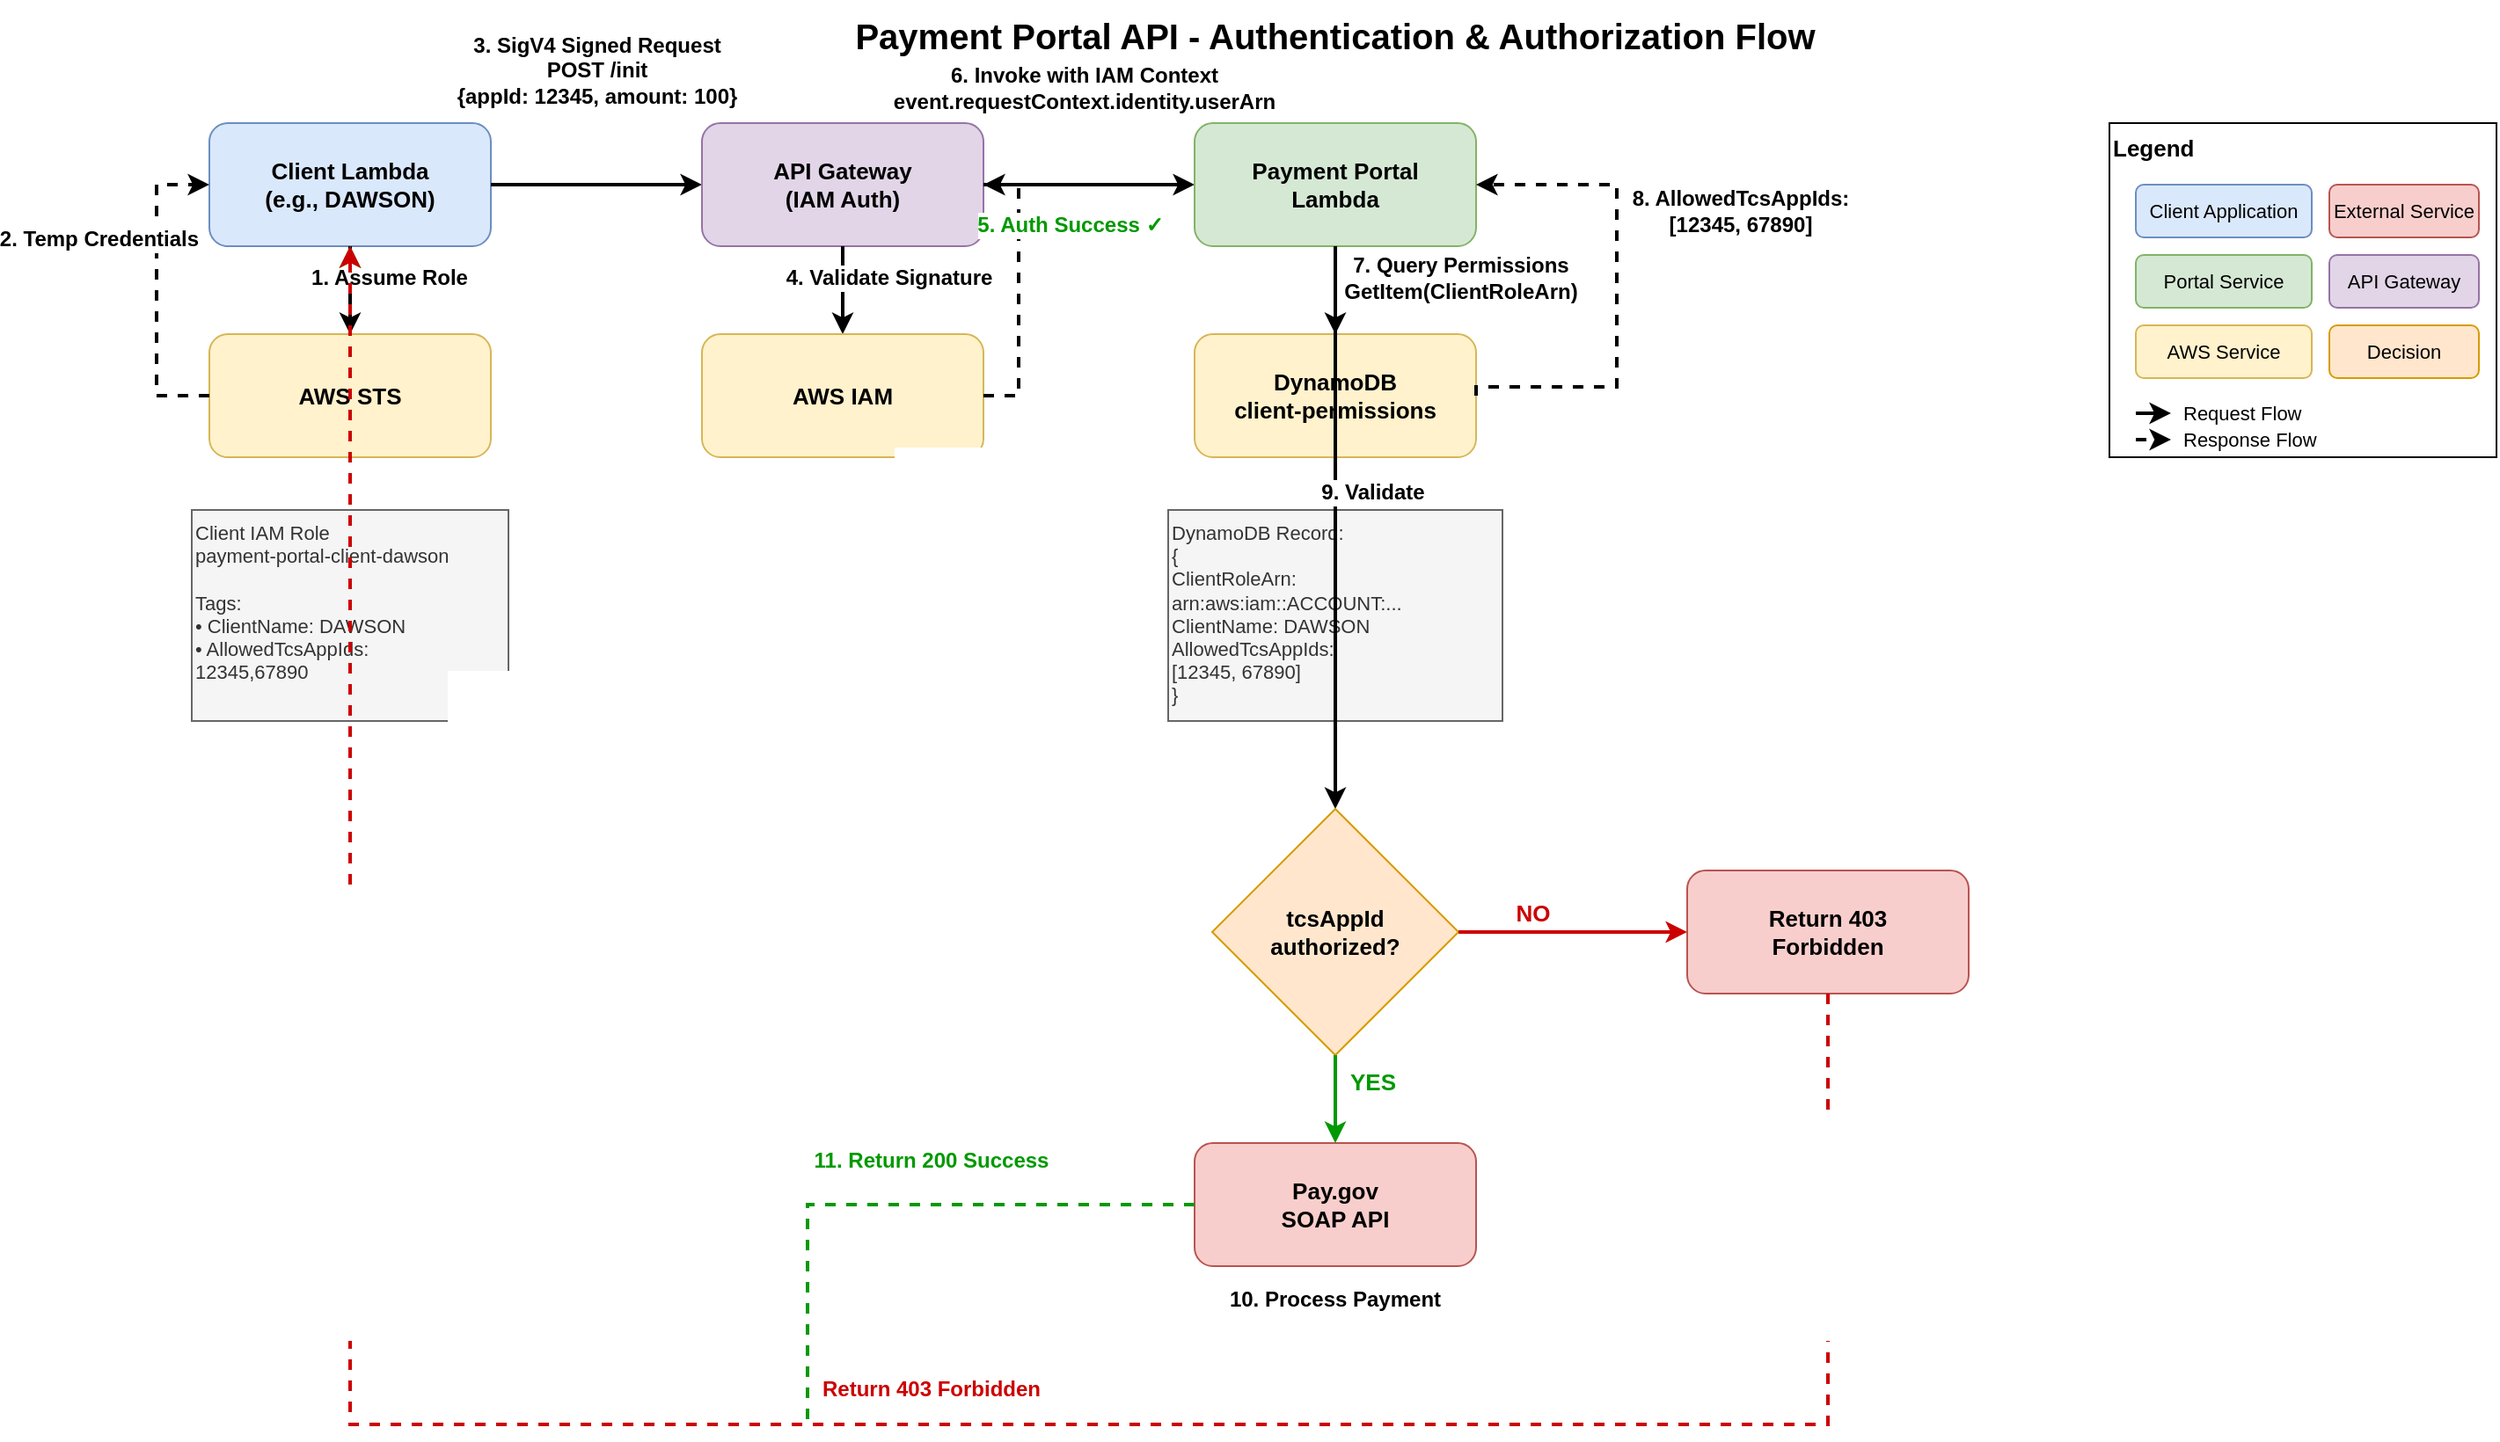
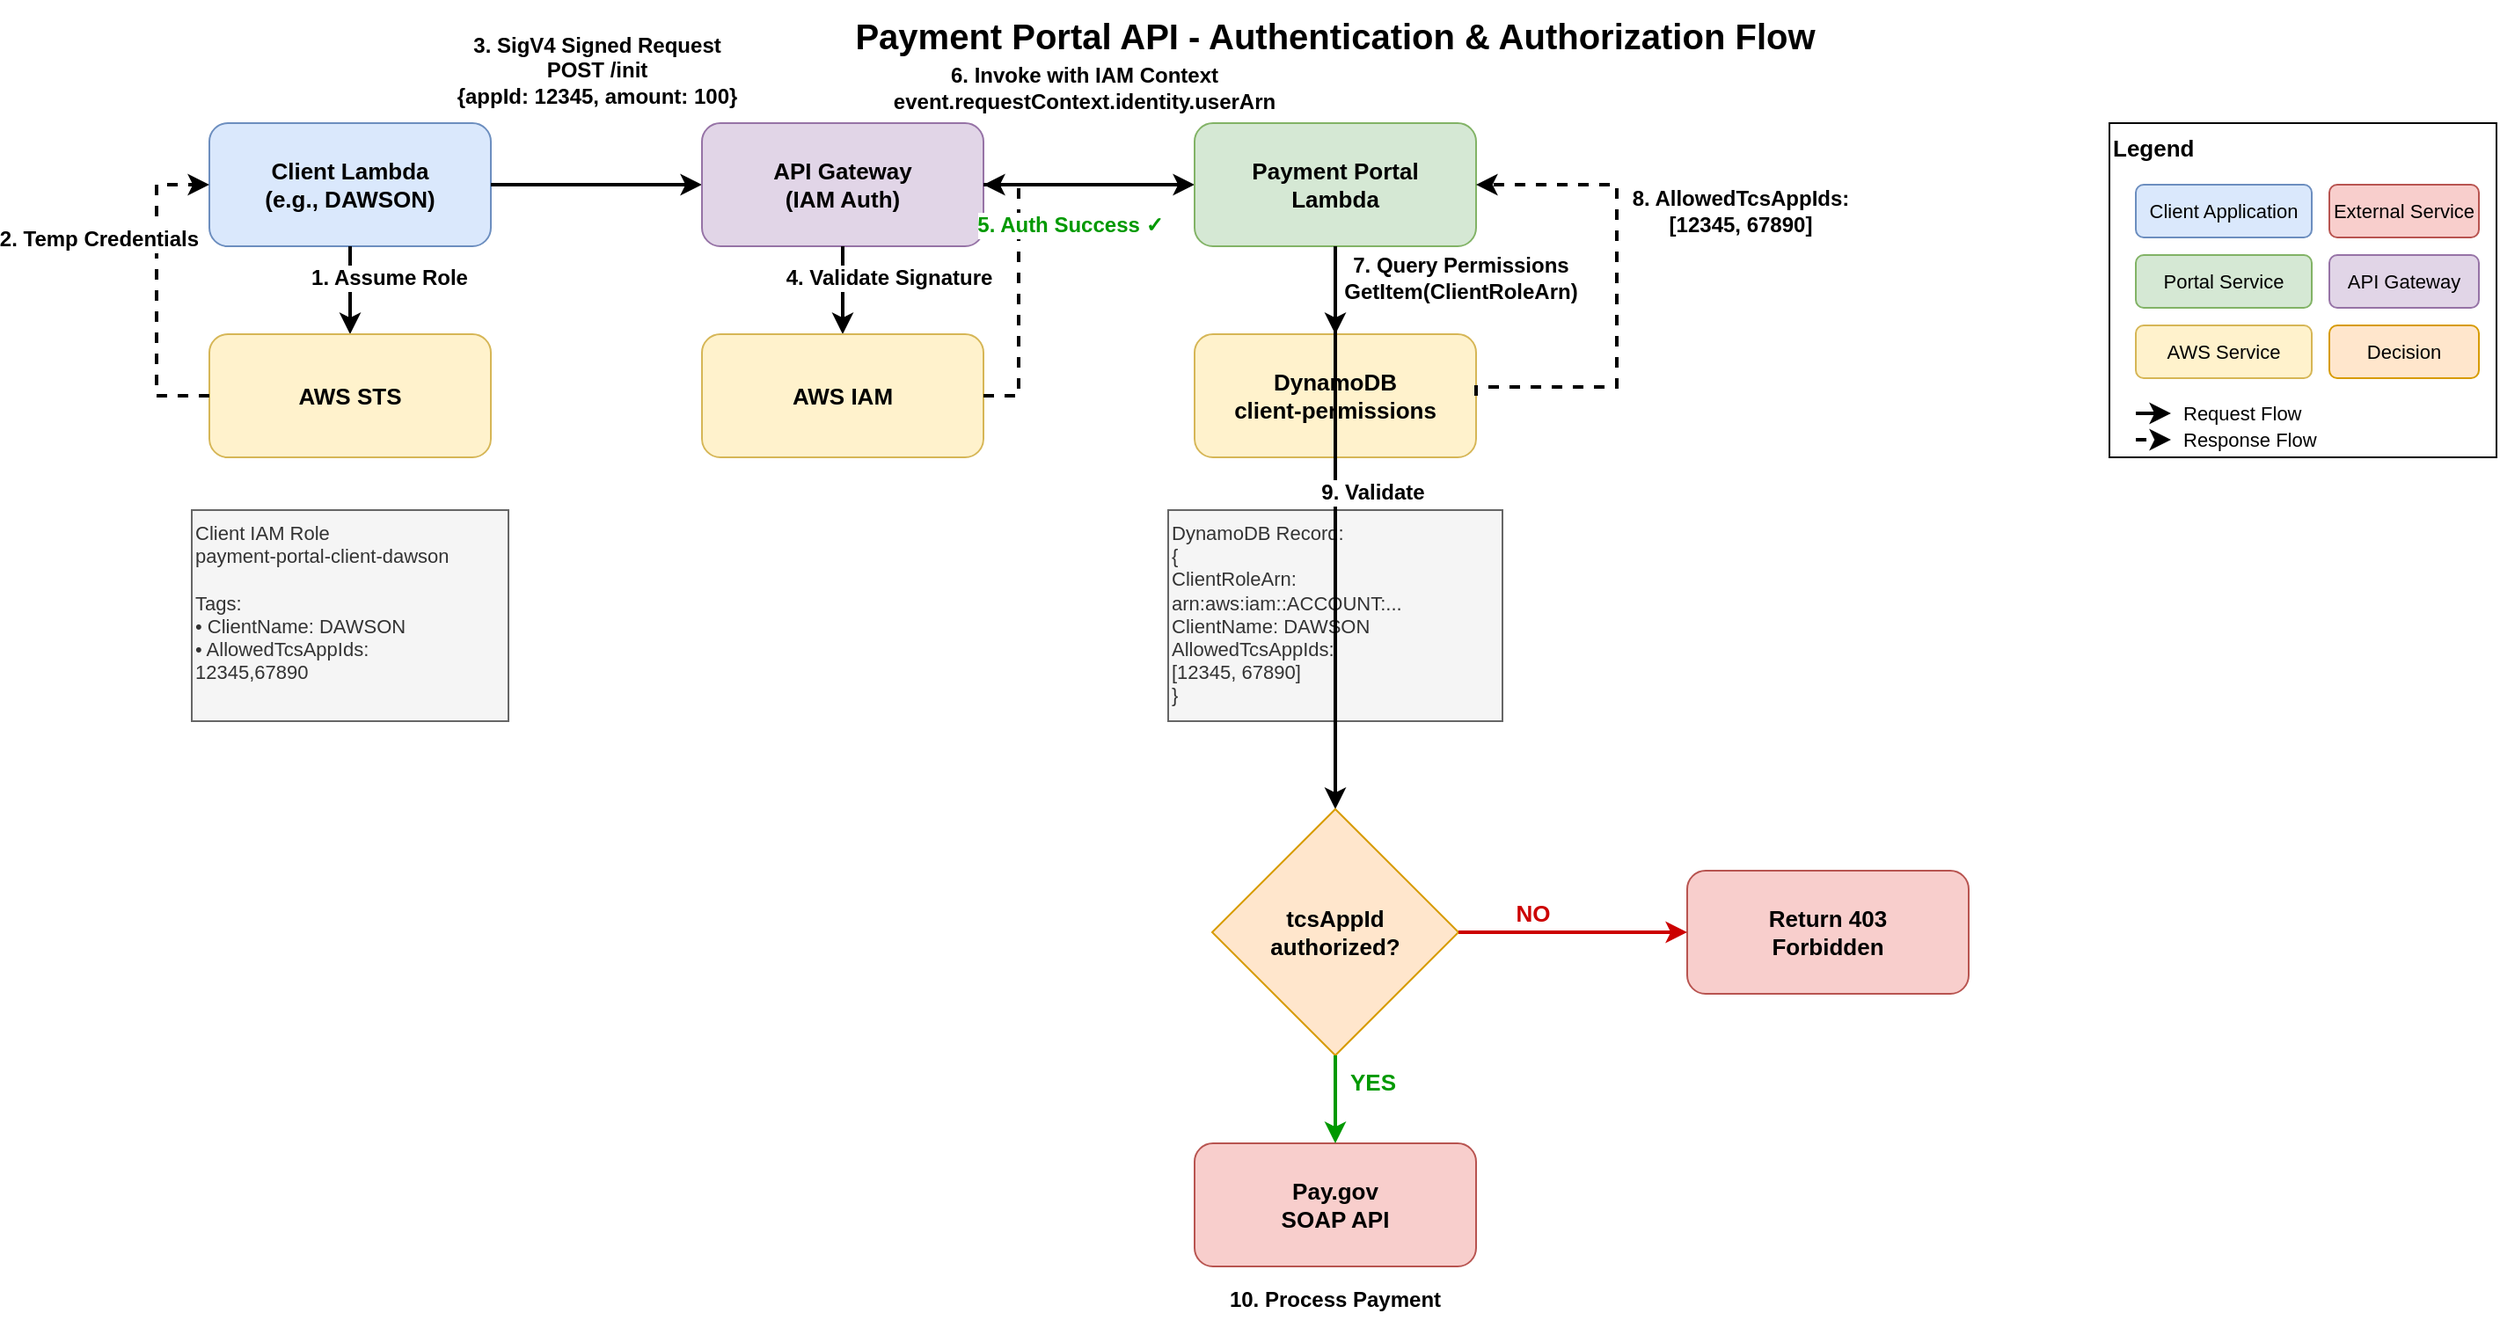
<mxfile host="65bd71144e">
    <diagram name="Authentication and Authorization Flow" id="auth-flow">
-         <mxGraphModel dx="2993" dy="1069" grid="1" gridSize="10" guides="1" tooltips="1" connect="1" arrows="1" fold="1" page="1" pageScale="1" pageWidth="1400" pageHeight="900" math="0" shadow="0">
+         <mxGraphModel dx="2643" dy="1003" grid="1" gridSize="10" guides="1" tooltips="1" connect="1" arrows="1" fold="1" page="1" pageScale="1" pageWidth="1400" pageHeight="900" math="0" shadow="0">
            <root>
                <mxCell id="0"/>
                <mxCell id="1" parent="0"/>
                <mxCell id="title" value="Payment Portal API - Authentication &amp; Authorization Flow" style="text;html=1;strokeColor=none;fillColor=none;align=center;verticalAlign=middle;whiteSpace=wrap;rounded=0;fontSize=20;fontStyle=1" parent="1" vertex="1">
                    <mxGeometry x="400" y="10" width="600" height="40" as="geometry"/>
                </mxCell>
                <mxCell id="client-lambda" value="Client Lambda&#xa;(e.g., DAWSON)" style="rounded=1;whiteSpace=wrap;html=1;fillColor=#dae8fc;strokeColor=#6c8ebf;fontSize=13;fontStyle=1;verticalAlign=middle;" parent="1" vertex="1">
                    <mxGeometry x="60" y="80" width="160" height="70" as="geometry"/>
                </mxCell>
                <mxCell id="step1-arrow" style="edgeStyle=orthogonalEdgeStyle;rounded=0;orthogonalLoop=1;jettySize=auto;html=1;strokeWidth=2;entryX=0.5;entryY=0;entryDx=0;entryDy=0;" parent="1" source="client-lambda" target="sts" edge="1">
                    <mxGeometry relative="1" as="geometry"/>
                </mxCell>
                <mxCell id="step1-label" value="1. Assume Role" style="edgeLabel;html=1;align=center;verticalAlign=middle;resizable=0;points=[];fontSize=12;fontStyle=1;labelBackgroundColor=#ffffff;" parent="step1-arrow" vertex="1" connectable="0">
                    <mxGeometry x="-0.1" y="2" relative="1" as="geometry">
                        <mxPoint x="20" y="-5" as="offset"/>
                    </mxGeometry>
                </mxCell>
                <mxCell id="sts" value="AWS STS" style="rounded=1;whiteSpace=wrap;html=1;fillColor=#fff2cc;strokeColor=#d6b656;fontSize=13;fontStyle=1;verticalAlign=middle;" parent="1" vertex="1">
                    <mxGeometry x="60" y="200" width="160" height="70" as="geometry"/>
                </mxCell>
                <mxCell id="step2-arrow" style="edgeStyle=orthogonalEdgeStyle;rounded=0;orthogonalLoop=1;jettySize=auto;html=1;strokeWidth=2;dashed=1;exitX=0;exitY=0.5;exitDx=0;exitDy=0;entryX=0;entryY=0.5;entryDx=0;entryDy=0;" parent="1" source="sts" target="client-lambda" edge="1">
                    <mxGeometry relative="1" as="geometry">
                        <Array as="points">
                            <mxPoint x="30" y="235"/>
                            <mxPoint x="30" y="115"/>
                        </Array>
                    </mxGeometry>
                </mxCell>
                <mxCell id="step2-label" value="2. Temp Credentials" style="edgeLabel;html=1;align=center;verticalAlign=middle;resizable=0;points=[];fontSize=12;fontStyle=1;labelBackgroundColor=#ffffff;" parent="step2-arrow" vertex="1" connectable="0">
                    <mxGeometry x="0.1" y="-2" relative="1" as="geometry">
                        <mxPoint x="-35" y="-20" as="offset"/>
                    </mxGeometry>
                </mxCell>
                <mxCell id="iam-role-box" value="Client IAM Role&#xa;payment-portal-client-dawson&#xa;&#xa;Tags:&#xa;• ClientName: DAWSON&#xa;• AllowedTcsAppIds:&#xa;  12345,67890" style="rounded=0;whiteSpace=wrap;html=1;fillColor=#f5f5f5;strokeColor=#666666;fontSize=11;align=left;verticalAlign=top;fontColor=#333333;" parent="1" vertex="1">
                    <mxGeometry x="50" y="300" width="180" height="120" as="geometry"/>
                </mxCell>
                <mxCell id="step3-arrow" style="edgeStyle=orthogonalEdgeStyle;rounded=0;orthogonalLoop=1;jettySize=auto;html=1;strokeWidth=2;exitX=1;exitY=0.5;exitDx=0;exitDy=0;entryX=0;entryY=0.5;entryDx=0;entryDy=0;" parent="1" source="client-lambda" target="api-gateway" edge="1">
                    <mxGeometry relative="1" as="geometry"/>
                </mxCell>
                <mxCell id="step3-label" value="3. SigV4 Signed Request&#xa;POST /init&#xa;{appId: 12345, amount: 100}" style="edgeLabel;html=1;align=center;verticalAlign=middle;resizable=0;points=[];fontSize=12;fontStyle=1;labelBackgroundColor=#ffffff;" parent="step3-arrow" vertex="1" connectable="0">
                    <mxGeometry x="-0.05" y="2" relative="1" as="geometry">
                        <mxPoint x="3" y="-63" as="offset"/>
                    </mxGeometry>
                </mxCell>
                <mxCell id="api-gateway" value="API Gateway&#xa;(IAM Auth)" style="rounded=1;whiteSpace=wrap;html=1;fillColor=#e1d5e7;strokeColor=#9673a6;fontSize=13;fontStyle=1;verticalAlign=middle;" parent="1" vertex="1">
                    <mxGeometry x="340" y="80" width="160" height="70" as="geometry"/>
                </mxCell>
                <mxCell id="step4-arrow" style="edgeStyle=orthogonalEdgeStyle;rounded=0;orthogonalLoop=1;jettySize=auto;html=1;strokeWidth=2;exitX=0.5;exitY=1;exitDx=0;exitDy=0;entryX=0.5;entryY=0;entryDx=0;entryDy=0;" parent="1" source="api-gateway" target="iam-service" edge="1">
                    <mxGeometry relative="1" as="geometry"/>
                </mxCell>
                <mxCell id="step4-label" value="4. Validate Signature" style="edgeLabel;html=1;align=center;verticalAlign=middle;resizable=0;points=[];fontSize=12;fontStyle=1;labelBackgroundColor=#ffffff;" parent="step4-arrow" vertex="1" connectable="0">
                    <mxGeometry x="-0.1" y="1" relative="1" as="geometry">
                        <mxPoint x="25" y="-5" as="offset"/>
                    </mxGeometry>
                </mxCell>
                <mxCell id="iam-service" value="AWS IAM" style="rounded=1;whiteSpace=wrap;html=1;fillColor=#fff2cc;strokeColor=#d6b656;fontSize=13;fontStyle=1;verticalAlign=middle;" parent="1" vertex="1">
                    <mxGeometry x="340" y="200" width="160" height="70" as="geometry"/>
                </mxCell>
                <mxCell id="step5-arrow" style="edgeStyle=orthogonalEdgeStyle;rounded=0;orthogonalLoop=1;jettySize=auto;html=1;strokeWidth=2;dashed=1;exitX=1;exitY=0.5;exitDx=0;exitDy=0;entryX=1;entryY=0.5;entryDx=0;entryDy=0;" parent="1" source="iam-service" target="api-gateway" edge="1">
                    <mxGeometry relative="1" as="geometry">
                        <Array as="points">
                            <mxPoint x="520" y="235"/>
                            <mxPoint x="520" y="115"/>
                        </Array>
                    </mxGeometry>
                </mxCell>
                <mxCell id="step5-label" value="5. Auth Success ✓" style="edgeLabel;html=1;align=center;verticalAlign=middle;resizable=0;points=[];fontSize=12;fontStyle=1;fontColor=#009900;labelBackgroundColor=#ffffff;" parent="step5-arrow" vertex="1" connectable="0">
                    <mxGeometry x="0.15" y="1" relative="1" as="geometry">
                        <mxPoint x="30" y="-25" as="offset"/>
                    </mxGeometry>
                </mxCell>
                <mxCell id="step6-arrow" style="edgeStyle=orthogonalEdgeStyle;rounded=0;orthogonalLoop=1;jettySize=auto;html=1;strokeWidth=2;exitX=1;exitY=0.5;exitDx=0;exitDy=0;entryX=0;entryY=0.5;entryDx=0;entryDy=0;" parent="1" source="api-gateway" target="portal-lambda" edge="1">
                    <mxGeometry relative="1" as="geometry"/>
                </mxCell>
                <mxCell id="step6-label" value="6. Invoke with IAM Context&#xa;event.requestContext.identity.userArn" style="edgeLabel;html=1;align=center;verticalAlign=middle;resizable=0;points=[];fontSize=12;fontStyle=1;labelBackgroundColor=#ffffff;" parent="step6-arrow" vertex="1" connectable="0">
                    <mxGeometry x="-0.05" y="2" relative="1" as="geometry">
                        <mxPoint y="-53" as="offset"/>
                    </mxGeometry>
                </mxCell>
                <mxCell id="portal-lambda" value="Payment Portal&#xa;Lambda" style="rounded=1;whiteSpace=wrap;html=1;fillColor=#d5e8d4;strokeColor=#82b366;fontSize=13;fontStyle=1;verticalAlign=middle;" parent="1" vertex="1">
                    <mxGeometry x="620" y="80" width="160" height="70" as="geometry"/>
                </mxCell>
                <mxCell id="step7-arrow" style="edgeStyle=orthogonalEdgeStyle;rounded=0;orthogonalLoop=1;jettySize=auto;html=1;strokeWidth=2;exitX=0.5;exitY=1;exitDx=0;exitDy=0;entryX=0.5;entryY=0;entryDx=0;entryDy=0;" parent="1" source="portal-lambda" target="dynamodb" edge="1">
                    <mxGeometry relative="1" as="geometry"/>
                </mxCell>
                <mxCell id="step7-label" value="7. Query Permissions&#xa;GetItem(ClientRoleArn)" style="edgeLabel;html=1;align=center;verticalAlign=middle;resizable=0;points=[];fontSize=12;fontStyle=1;labelBackgroundColor=#ffffff;" parent="step7-arrow" vertex="1" connectable="0">
                    <mxGeometry x="-0.1" y="2" relative="1" as="geometry">
                        <mxPoint x="69" y="-5" as="offset"/>
                    </mxGeometry>
                </mxCell>
                <mxCell id="dynamodb" value="DynamoDB&#xa;client-permissions" style="rounded=1;whiteSpace=wrap;html=1;fillColor=#fff2cc;strokeColor=#d6b656;fontSize=13;fontStyle=1;verticalAlign=middle;" parent="1" vertex="1">
                    <mxGeometry x="620" y="200" width="160" height="70" as="geometry"/>
                </mxCell>
                <mxCell id="step8-arrow" style="edgeStyle=orthogonalEdgeStyle;rounded=0;orthogonalLoop=1;jettySize=auto;html=1;strokeWidth=2;dashed=1;exitX=1;exitY=0.5;exitDx=0;exitDy=0;entryX=1;entryY=0.5;entryDx=0;entryDy=0;" parent="1" source="dynamodb" target="portal-lambda" edge="1">
                    <mxGeometry relative="1" as="geometry">
                        <Array as="points">
                            <mxPoint x="780" y="230"/>
                            <mxPoint x="860" y="230"/>
                            <mxPoint x="860" y="115"/>
                        </Array>
                    </mxGeometry>
                </mxCell>
                <mxCell id="step8-label" value="8. AllowedTcsAppIds:&#xa;[12345, 67890]" style="edgeLabel;html=1;align=center;verticalAlign=middle;resizable=0;points=[];fontSize=12;fontStyle=1;labelBackgroundColor=#ffffff;" parent="step8-arrow" vertex="1" connectable="0">
                    <mxGeometry x="0.15" y="1" relative="1" as="geometry">
                        <mxPoint x="71" y="-24" as="offset"/>
                    </mxGeometry>
                </mxCell>
                <mxCell id="dynamodb-details" value="DynamoDB Record:&#xa;{&#xa;  ClientRoleArn:&#xa;    arn:aws:iam::ACCOUNT:...&#xa;  ClientName: DAWSON&#xa;  AllowedTcsAppIds:&#xa;    [12345, 67890]&#xa;}" style="rounded=0;whiteSpace=wrap;html=1;fillColor=#f5f5f5;strokeColor=#666666;fontSize=11;align=left;verticalAlign=top;fontColor=#333333;" parent="1" vertex="1">
                    <mxGeometry x="605" y="300" width="190" height="120" as="geometry"/>
                </mxCell>
                <mxCell id="step9-arrow" style="edgeStyle=orthogonalEdgeStyle;rounded=0;orthogonalLoop=1;jettySize=auto;html=1;strokeWidth=2;exitX=0.5;exitY=1;exitDx=0;exitDy=0;entryX=0.5;entryY=0;entryDx=0;entryDy=0;" parent="1" source="portal-lambda" target="decision" edge="1">
                    <mxGeometry relative="1" as="geometry">
                        <Array as="points">
                            <mxPoint x="700" y="180"/>
                            <mxPoint x="700" y="470"/>
                        </Array>
                    </mxGeometry>
                </mxCell>
                <mxCell id="step9-label" value="9. Validate" style="edgeLabel;html=1;align=center;verticalAlign=middle;resizable=0;points=[];fontSize=12;fontStyle=1;labelBackgroundColor=#ffffff;" parent="step9-arrow" vertex="1" connectable="0">
                    <mxGeometry x="-0.75" y="1" relative="1" as="geometry">
                        <mxPoint x="20" y="100" as="offset"/>
                    </mxGeometry>
                </mxCell>
                <mxCell id="decision" value="tcsAppId&#xa;authorized?" style="rhombus;whiteSpace=wrap;html=1;fillColor=#ffe6cc;strokeColor=#d79b00;fontSize=13;fontStyle=1" parent="1" vertex="1">
                    <mxGeometry x="630" y="470" width="140" height="140" as="geometry"/>
                </mxCell>
                <mxCell id="paygov" value="Pay.gov&#xa;SOAP API" style="rounded=1;whiteSpace=wrap;html=1;fillColor=#f8cecc;strokeColor=#b85450;fontSize=13;fontStyle=1;verticalAlign=middle;" parent="1" vertex="1">
                    <mxGeometry x="620" y="660" width="160" height="70" as="geometry"/>
                </mxCell>
                <mxCell id="yes-arrow" style="edgeStyle=orthogonalEdgeStyle;rounded=0;orthogonalLoop=1;jettySize=auto;html=1;strokeWidth=2;strokeColor=#009900;exitX=0.5;exitY=1;exitDx=0;exitDy=0;entryX=0.5;entryY=0;entryDx=0;entryDy=0;" parent="1" source="decision" target="paygov" edge="1">
                    <mxGeometry relative="1" as="geometry"/>
                </mxCell>
                <mxCell id="yes-label" value="YES" style="edgeLabel;html=1;align=center;verticalAlign=middle;resizable=0;points=[];fontSize=13;fontStyle=1;fontColor=#009900;labelBackgroundColor=#ffffff;" parent="yes-arrow" vertex="1" connectable="0">
                    <mxGeometry x="-0.2" y="1" relative="1" as="geometry">
                        <mxPoint x="20" y="-5" as="offset"/>
                    </mxGeometry>
                </mxCell>
                <mxCell id="forbidden" value="Return 403&#xa;Forbidden" style="rounded=1;whiteSpace=wrap;html=1;fillColor=#f8cecc;strokeColor=#b85450;fontSize=13;fontStyle=1;verticalAlign=middle;" parent="1" vertex="1">
                    <mxGeometry x="900" y="505" width="160" height="70" as="geometry"/>
                </mxCell>
                <mxCell id="no-arrow" style="edgeStyle=orthogonalEdgeStyle;rounded=0;orthogonalLoop=1;jettySize=auto;html=1;strokeWidth=2;strokeColor=#CC0000;exitX=1;exitY=0.5;exitDx=0;exitDy=0;entryX=0;entryY=0.5;entryDx=0;entryDy=0;" parent="1" source="decision" target="forbidden" edge="1">
                    <mxGeometry relative="1" as="geometry"/>
                </mxCell>
                <mxCell id="no-label" value="NO" style="edgeLabel;html=1;align=center;verticalAlign=middle;resizable=0;points=[];fontSize=13;fontStyle=1;fontColor=#CC0000;labelBackgroundColor=#ffffff;" parent="no-arrow" vertex="1" connectable="0">
                    <mxGeometry x="-0.2" y="1" relative="1" as="geometry">
                        <mxPoint x="-10" y="-10" as="offset"/>
                    </mxGeometry>
                </mxCell>
                <mxCell id="step10-label" value="10. Process Payment" style="text;html=1;strokeColor=none;fillColor=none;align=center;verticalAlign=middle;whiteSpace=wrap;rounded=0;fontSize=12;fontStyle=1" parent="1" vertex="1">
                    <mxGeometry x="620" y="734" width="160" height="30" as="geometry"/>
                </mxCell>
-                 <mxCell id="step11-arrow" style="edgeStyle=orthogonalEdgeStyle;rounded=0;orthogonalLoop=1;jettySize=auto;html=1;strokeWidth=2;dashed=1;strokeColor=#009900;exitX=0;exitY=0.5;exitDx=0;exitDy=0;entryX=0.5;entryY=1;entryDx=0;entryDy=0;" parent="1" source="paygov" target="client-lambda" edge="1">
-                     <mxGeometry relative="1" as="geometry">
-                         <Array as="points">
-                             <mxPoint x="400" y="695"/>
-                             <mxPoint x="400" y="820"/>
-                             <mxPoint x="140" y="820"/>
-                         </Array>
-                     </mxGeometry>
-                 </mxCell>
-                 <mxCell id="step11-label" value="11. Return 200 Success" style="edgeLabel;html=1;align=center;verticalAlign=middle;resizable=0;points=[];fontSize=12;fontStyle=1;fontColor=#009900;labelBackgroundColor=#ffffff;" parent="step11-arrow" vertex="1" connectable="0">
-                     <mxGeometry x="0.25" y="-2" relative="1" as="geometry">
-                         <mxPoint x="328" y="42" as="offset"/>
-                     </mxGeometry>
-                 </mxCell>
-                 <mxCell id="step11b-arrow" style="edgeStyle=orthogonalEdgeStyle;rounded=0;orthogonalLoop=1;jettySize=auto;html=1;strokeWidth=2;dashed=1;strokeColor=#CC0000;exitX=0.5;exitY=1;exitDx=0;exitDy=0;entryX=0.5;entryY=1;entryDx=0;entryDy=0;" parent="1" source="forbidden" target="client-lambda" edge="1">
-                     <mxGeometry relative="1" as="geometry">
-                         <Array as="points">
-                             <mxPoint x="980" y="820"/>
-                             <mxPoint x="140" y="820"/>
-                         </Array>
-                     </mxGeometry>
-                 </mxCell>
-                 <mxCell id="step11b-label" value="Return 403 Forbidden" style="edgeLabel;html=1;align=center;verticalAlign=middle;resizable=0;points=[];fontSize=12;fontStyle=1;fontColor=#CC0000;labelBackgroundColor=#ffffff;" parent="step11b-arrow" vertex="1" connectable="0">
-                     <mxGeometry x="0.35" y="1" relative="1" as="geometry">
-                         <mxPoint x="331" y="79" as="offset"/>
-                     </mxGeometry>
-                 </mxCell>
                <mxCell id="legend-box" value="Legend" style="rounded=0;whiteSpace=wrap;html=1;fillColor=#ffffff;strokeColor=#000000;fontSize=13;fontStyle=1;align=left;verticalAlign=top" parent="1" vertex="1">
                    <mxGeometry x="1140" y="80" width="220" height="190" as="geometry"/>
                </mxCell>
                <mxCell id="legend-client" value="Client Application" style="rounded=1;whiteSpace=wrap;html=1;fillColor=#dae8fc;strokeColor=#6c8ebf;fontSize=11;verticalAlign=middle;" parent="1" vertex="1">
                    <mxGeometry x="1155" y="115" width="100" height="30" as="geometry"/>
                </mxCell>
                <mxCell id="legend-portal" value="Portal Service" style="rounded=1;whiteSpace=wrap;html=1;fillColor=#d5e8d4;strokeColor=#82b366;fontSize=11;verticalAlign=middle;" parent="1" vertex="1">
                    <mxGeometry x="1155" y="155" width="100" height="30" as="geometry"/>
                </mxCell>
                <mxCell id="legend-aws" value="AWS Service" style="rounded=1;whiteSpace=wrap;html=1;fillColor=#fff2cc;strokeColor=#d6b656;fontSize=11;verticalAlign=middle;" parent="1" vertex="1">
                    <mxGeometry x="1155" y="195" width="100" height="30" as="geometry"/>
                </mxCell>
                <mxCell id="legend-external" value="External Service" style="rounded=1;whiteSpace=wrap;html=1;fillColor=#f8cecc;strokeColor=#b85450;fontSize=11;verticalAlign=middle;" parent="1" vertex="1">
                    <mxGeometry x="1265" y="115" width="85" height="30" as="geometry"/>
                </mxCell>
                <mxCell id="legend-gateway" value="API Gateway" style="rounded=1;whiteSpace=wrap;html=1;fillColor=#e1d5e7;strokeColor=#9673a6;fontSize=11;verticalAlign=middle;" parent="1" vertex="1">
                    <mxGeometry x="1265" y="155" width="85" height="30" as="geometry"/>
                </mxCell>
                <mxCell id="legend-decision" value="Decision" style="rounded=1;whiteSpace=wrap;html=1;fillColor=#ffe6cc;strokeColor=#d79b00;fontSize=11;verticalAlign=middle;" parent="1" vertex="1">
                    <mxGeometry x="1265" y="195" width="85" height="30" as="geometry"/>
                </mxCell>
                <mxCell id="legend-solid" value="Request Flow" style="text;html=1;strokeColor=none;fillColor=none;align=left;verticalAlign=middle;whiteSpace=wrap;rounded=0;fontSize=11;" parent="1" vertex="1">
                    <mxGeometry x="1180" y="235" width="100" height="20" as="geometry"/>
                </mxCell>
                <mxCell id="legend-solid-line" value="" style="endArrow=classic;html=1;strokeWidth=2;fontSize=11;" parent="1" edge="1">
                    <mxGeometry width="50" height="50" relative="1" as="geometry">
                        <mxPoint x="1155" y="245" as="sourcePoint"/>
                        <mxPoint x="1175" y="245" as="targetPoint"/>
                    </mxGeometry>
                </mxCell>
                <mxCell id="legend-dashed" value="Response Flow" style="text;html=1;strokeColor=none;fillColor=none;align=left;verticalAlign=middle;whiteSpace=wrap;rounded=0;fontSize=11;" parent="1" vertex="1">
                    <mxGeometry x="1180" y="250" width="100" height="20" as="geometry"/>
                </mxCell>
                <mxCell id="legend-dashed-line" value="" style="endArrow=classic;html=1;strokeWidth=2;dashed=1;fontSize=11;" parent="1" edge="1">
                    <mxGeometry width="50" height="50" relative="1" as="geometry">
                        <mxPoint x="1155" y="260" as="sourcePoint"/>
                        <mxPoint x="1175" y="260" as="targetPoint"/>
                    </mxGeometry>
                </mxCell>
            </root>
        </mxGraphModel>
    </diagram>
</mxfile>
